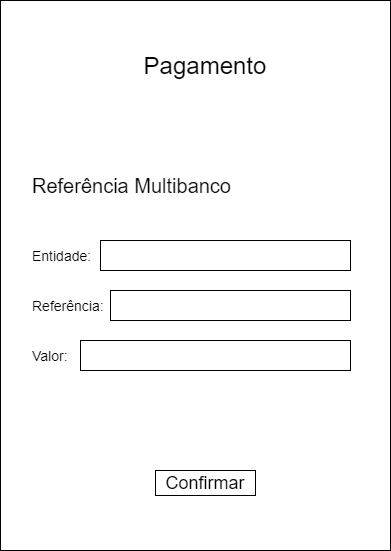
rromao236/Projeto2ano keeps this draw.io diagram as Wireframe Android/Página de Compra dos Pacotes.drawio.png. Above is the earlier version. Source tidied: cells renumbered, new cells last; positions are measured from the earlier drawing's top-left corner, leaving out a move shared by most shapes. Its diagram source:
```xml
<mxGraphModel>
  <root>
    <mxCell id="0" />
    <mxCell id="1" parent="0" />
    <mxCell id="2" style="rounded=0;whiteSpace=wrap;html=1;" parent="1" vertex="1">
      <mxGeometry width="390" height="550" as="geometry" />
    </mxCell>
    <mxCell id="3" style="rounded=0;whiteSpace=wrap;html=1;" parent="1" vertex="1">
      <mxGeometry x="100" y="240" width="250" height="30" as="geometry" />
    </mxCell>
    <mxCell id="4" value="Entidade:" style="text;html=1;strokeColor=none;fillColor=none;align=left;verticalAlign=middle;whiteSpace=wrap;rounded=0;fontSize=14;" parent="1" vertex="1">
      <mxGeometry x="30" y="240" width="60" height="30" as="geometry" />
    </mxCell>
    <mxCell id="5" value="Referência:" style="text;html=1;strokeColor=none;fillColor=none;align=left;verticalAlign=middle;whiteSpace=wrap;rounded=0;fontSize=14;" parent="1" vertex="1">
      <mxGeometry x="30" y="290" width="60" height="30" as="geometry" />
    </mxCell>
    <mxCell id="6" value="Valor:" style="text;html=1;strokeColor=none;fillColor=none;align=left;verticalAlign=middle;whiteSpace=wrap;rounded=0;fontSize=14;" parent="1" vertex="1">
      <mxGeometry x="30" y="340" width="60" height="30" as="geometry" />
    </mxCell>
    <mxCell id="7" style="rounded=0;whiteSpace=wrap;html=1;" parent="1" vertex="1">
      <mxGeometry x="110" y="290" width="240" height="30" as="geometry" />
    </mxCell>
    <mxCell id="8" style="rounded=0;whiteSpace=wrap;html=1;" parent="1" vertex="1">
      <mxGeometry x="80" y="340" width="270" height="30" as="geometry" />
    </mxCell>
    <mxCell id="9" value="Referência Multibanco" style="text;html=1;strokeColor=none;fillColor=none;align=left;verticalAlign=middle;whiteSpace=wrap;rounded=0;fontSize=20;" parent="1" vertex="1">
      <mxGeometry x="30" y="170" width="250" height="30" as="geometry" />
    </mxCell>
    <mxCell id="10" value="Confirmar" style="rounded=0;whiteSpace=wrap;html=1;fontSize=18;" parent="1" vertex="1">
      <mxGeometry x="155" y="470" width="100" height="25" as="geometry" />
    </mxCell>
    <mxCell id="11" value="Pagamento" style="text;html=1;strokeColor=none;fillColor=none;align=center;verticalAlign=middle;whiteSpace=wrap;rounded=0;fontSize=24;" parent="1" vertex="1">
      <mxGeometry x="80" y="50" width="250" height="30" as="geometry" />
    </mxCell>
  </root>
</mxGraphModel>
```
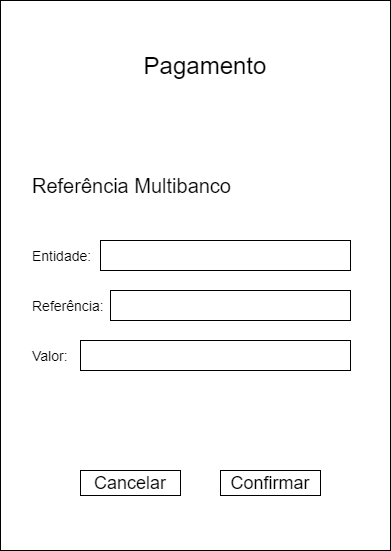
After the change.

The edit, as a diff of the source:
```diff
@@ -27,10 +27,13 @@
       <mxGeometry x="30" y="170" width="250" height="30" as="geometry" />
     </mxCell>
     <mxCell id="10" value="Confirmar" style="rounded=0;whiteSpace=wrap;html=1;fontSize=18;" parent="1" vertex="1">
-      <mxGeometry x="155" y="470" width="100" height="25" as="geometry" />
+      <mxGeometry x="220" y="470" width="100" height="25" as="geometry" />
     </mxCell>
     <mxCell id="11" value="Pagamento" style="text;html=1;strokeColor=none;fillColor=none;align=center;verticalAlign=middle;whiteSpace=wrap;rounded=0;fontSize=24;" parent="1" vertex="1">
       <mxGeometry x="80" y="50" width="250" height="30" as="geometry" />
     </mxCell>
+    <mxCell id="12" value="Cancelar" style="rounded=0;whiteSpace=wrap;html=1;fontSize=18;" parent="1" vertex="1">
+      <mxGeometry x="80" y="470" width="100" height="25" as="geometry" />
+    </mxCell>
   </root>
 </mxGraphModel>
```
